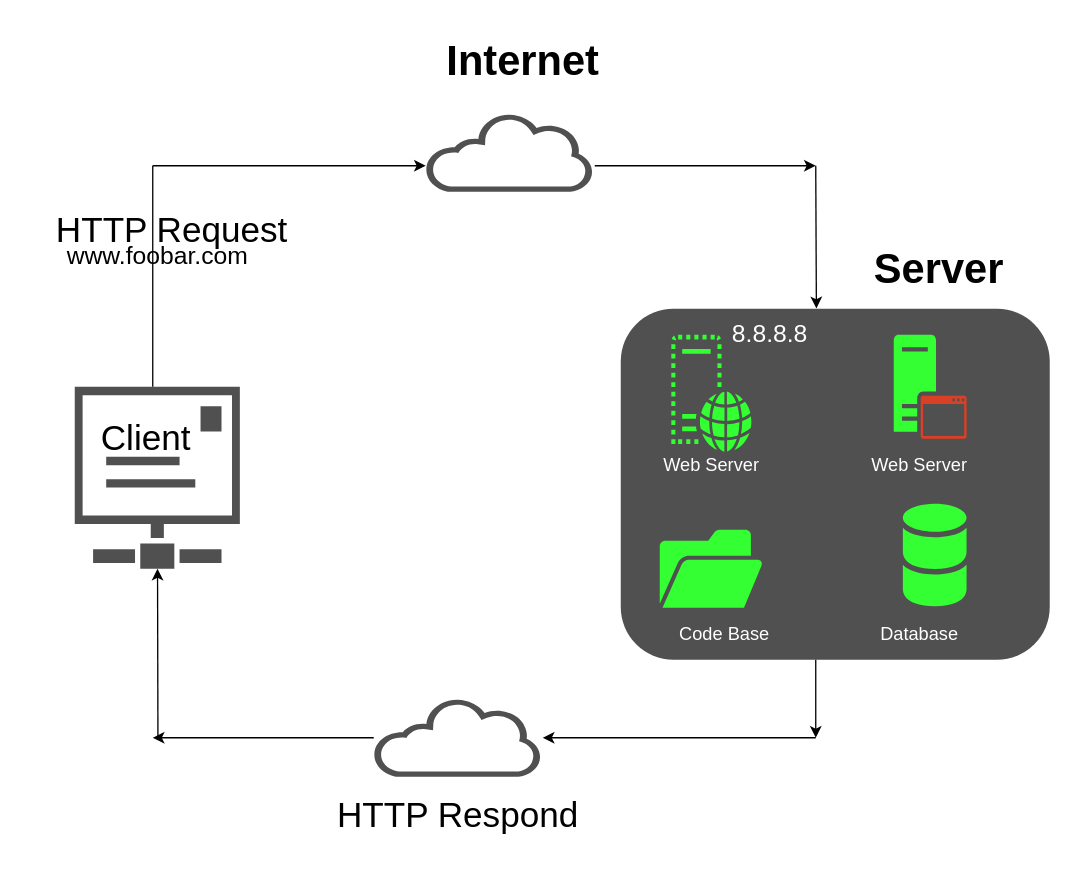
The draw.io diagram 0-simple_web_stack.drawio in Franklinson/whiteboard, before the edit. Source tidied: cells renumbered, new cells numbered last; positions are measured from the earlier drawing's top-left corner, leaving out a move shared by most shapes. Both pictures are drawn from the tidied source at 130%, with x=0, y=0 at pixel (22, 22).
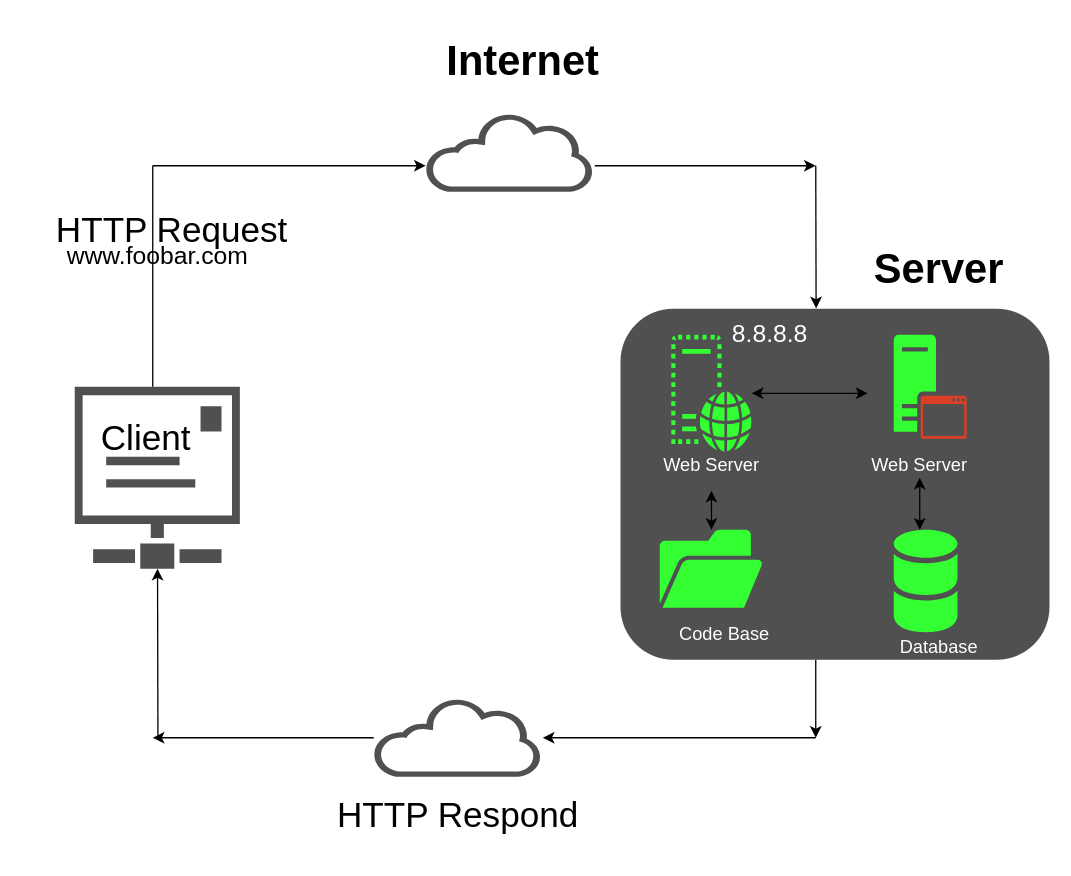
After the change.

The change refers to these unchanged cells:
```xml
<mxCell id="5" style="sketch=0;shadow=0;dashed=0;html=1;strokeColor=none;fillColor=#33FF33;labelPosition=center;verticalLabelPosition=bottom;verticalAlign=top;outlineConnect=0;align=center;shape=mxgraph.office.concepts.folder_open;" parent="1" vertex="1">
  <mxGeometry x="490" y="390" width="79.5" height="60" as="geometry" />
</mxCell>
<mxCell id="7" style="sketch=0;shadow=0;dashed=0;html=1;strokeColor=none;labelPosition=center;verticalLabelPosition=bottom;verticalAlign=top;outlineConnect=0;align=center;shape=mxgraph.office.servers.virtual_web_server;fillColor=#33FF33;" parent="1" vertex="1">
  <mxGeometry x="498.9" y="240" width="61.8" height="90" as="geometry" />
</mxCell>
<mxCell id="20" value="&lt;font style=&quot;font-size: 14px;&quot;&gt;Web Server&lt;/font&gt;" style="text;strokeColor=none;align=center;fillColor=none;html=1;verticalAlign=middle;whiteSpace=wrap;rounded=0;fontColor=#FFFFFF;" parent="1" vertex="1">
  <mxGeometry x="459.8" y="320" width="140" height="40" as="geometry" />
</mxCell>
```

Change to the diagram source:
```diff
@@
     <mxCell id="3" style="rounded=1;whiteSpace=wrap;html=1;verticalAlign=top;fillColor=#505050;strokeColor=none;sketch=0;shadow=0;dashed=0;" parent="1" vertex="1">
-      <mxGeometry x="460" y="220" width="330" height="270" as="geometry" />
+      <mxGeometry x="459.8" y="220" width="330" height="270" as="geometry" />
     </mxCell>
     <mxCell id="4" style="sketch=0;shadow=0;dashed=0;html=1;strokeColor=none;labelPosition=center;verticalLabelPosition=bottom;verticalAlign=top;outlineConnect=0;align=center;shape=mxgraph.office.databases.database_mini_2;fillColor=#33FF33;" parent="1" vertex="1">
-      <mxGeometry x="677" y="370" width="49" height="80" as="geometry" />
+      <mxGeometry x="670" y="390" width="49" height="80" as="geometry" />
     </mxCell>
@@
     <mxCell id="23" value="&lt;font style=&quot;font-size: 14px;&quot;&gt;Database&lt;/font&gt;" style="text;strokeColor=none;align=center;fillColor=none;html=1;verticalAlign=middle;whiteSpace=wrap;rounded=0;fontColor=#FFFFFF;" parent="1" vertex="1">
-      <mxGeometry x="620" y="450" width="140" height="40" as="geometry" />
+      <mxGeometry x="635" y="460" width="140" height="40" as="geometry" />
     </mxCell>
@@
+    <mxCell id="29" style="endArrow=classic;startArrow=classic;html=1;rounded=0;entryX=0.576;entryY=0.241;entryDx=0;entryDy=0;entryPerimeter=0;fontColor=#FFFFFF;" parent="1" edge="1" source="7" target="3">
+      <mxGeometry relative="1" as="geometry" />
+    </mxCell>
+    <mxCell id="30" style="endArrow=classic;startArrow=classic;html=1;rounded=0;fontColor=#FFFFFF;" parent="1" edge="1" source="5" target="20">
+      <mxGeometry relative="1" as="geometry" />
+    </mxCell>
+    <mxCell id="31" style="endArrow=classic;startArrow=classic;html=1;rounded=0;fontColor=#FFFFFF;exitX=0.408;exitY=0;exitDx=0;exitDy=0;exitPerimeter=0;" parent="1" edge="1" source="4">
+      <mxGeometry relative="1" as="geometry">
+        <mxPoint x="690" y="350" as="targetPoint" />
+      </mxGeometry>
+    </mxCell>
```
